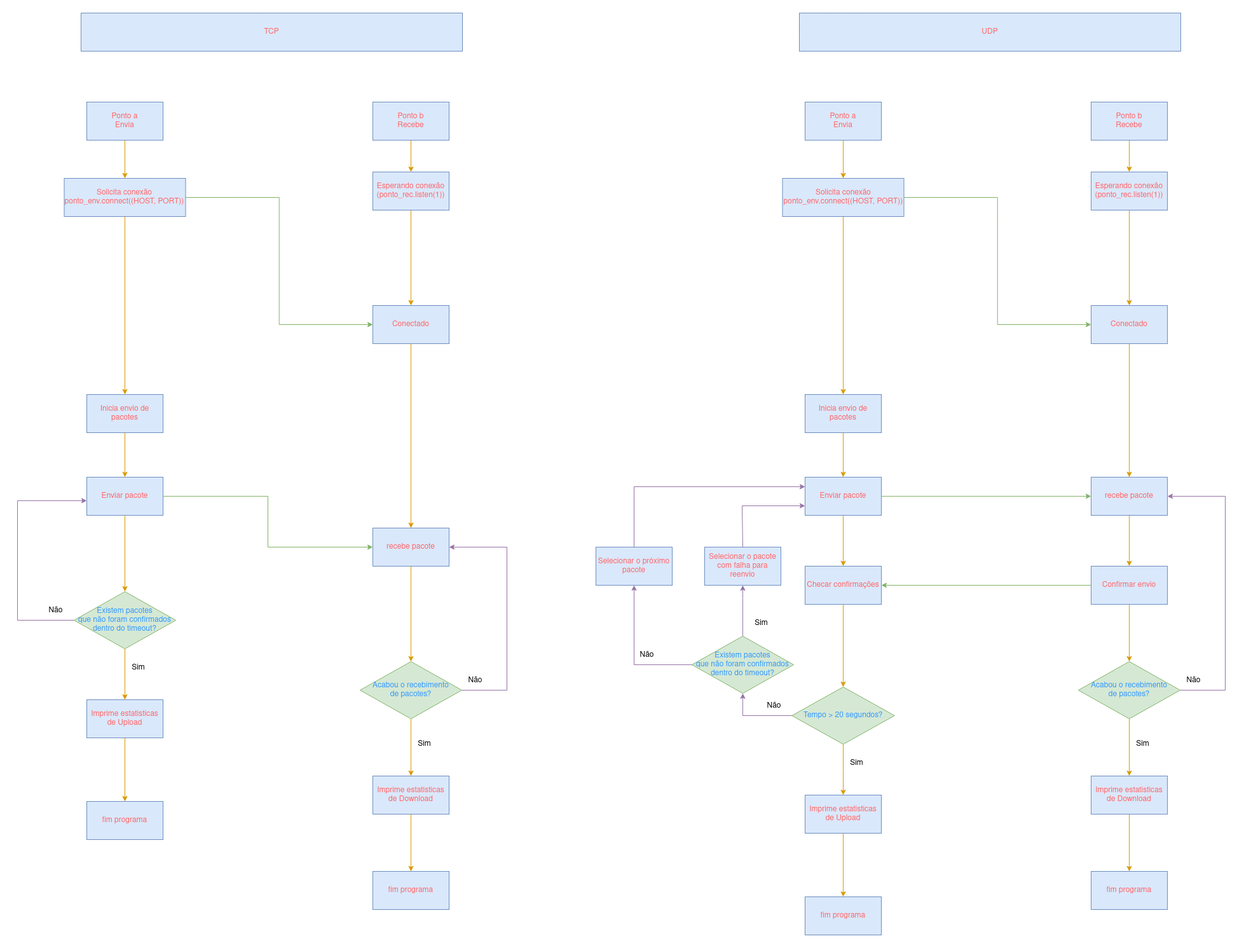
Above: docs/diagrama.png in wallacy-sebastian/teste-velocidade (draw.io), before the change. Source tidied: cells renumbered, new cells last; positions are measured from the earlier drawing's top-left corner, leaving out a move shared by most shapes.
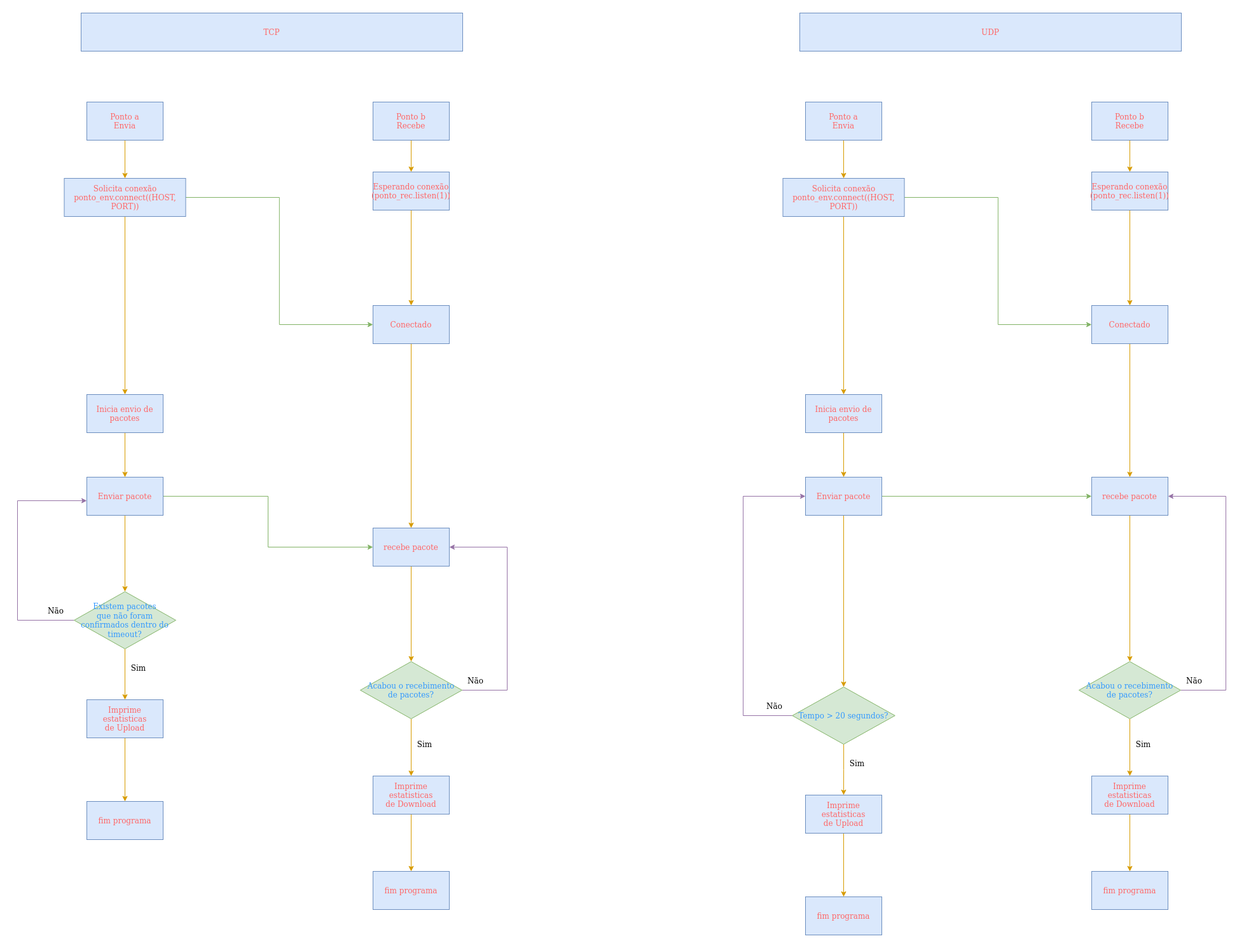
The same diagram one commit later.

Diff of the diagram source:
```diff
@@ -135,7 +135,7 @@
     <mxCell id="42" value="Conectado" style="rounded=0;whiteSpace=wrap;html=1;fillColor=#dae8fc;strokeColor=#6c8ebf;fontColor=#FF6666;" parent="1" vertex="1">
       <mxGeometry x="1689" y="460" width="120" height="60" as="geometry" />
     </mxCell>
-    <mxCell id="43" style="edgeStyle=orthogonalEdgeStyle;rounded=0;jettySize=auto;html=1;entryX=0.5;entryY=0;entryDx=0;entryDy=0;fillColor=#ffe6cc;strokeColor=#d79b00;" parent="1" edge="1" source="44" target="82">
+    <mxCell id="43" style="edgeStyle=orthogonalEdgeStyle;rounded=0;jettySize=auto;html=1;entryX=0.5;entryY=0;entryDx=0;entryDy=0;fillColor=#ffe6cc;strokeColor=#d79b00;" parent="1" edge="1" source="44" target="61">
       <mxGeometry relative="1" as="geometry" />
     </mxCell>
     <mxCell id="44" value="recebe pacote" style="rounded=0;whiteSpace=wrap;html=1;fillColor=#dae8fc;strokeColor=#6c8ebf;fontColor=#FF6666;" parent="1" vertex="1">
@@ -162,10 +162,11 @@
     <mxCell id="51" value="Inicia envio de pacotes" style="rounded=0;whiteSpace=wrap;html=1;fillColor=#dae8fc;strokeColor=#6c8ebf;fontColor=#FF6666;" parent="1" vertex="1">
       <mxGeometry x="1239" y="600" width="120" height="60" as="geometry" />
     </mxCell>
-    <mxCell id="52" style="edgeStyle=orthogonalEdgeStyle;rounded=0;jettySize=auto;html=1;entryX=0.5;entryY=1;entryDx=0;entryDy=0;exitX=0;exitY=0.5;exitDx=0;exitDy=0;fillColor=#e1d5e7;strokeColor=#9673a6;" parent="1" edge="1" source="54" target="72">
+    <mxCell id="52" style="edgeStyle=orthogonalEdgeStyle;rounded=0;jettySize=auto;html=1;entryX=0;entryY=0.5;entryDx=0;entryDy=0;exitX=0;exitY=0.5;exitDx=0;exitDy=0;fillColor=#e1d5e7;strokeColor=#9673a6;" parent="1" edge="1" source="54" target="57">
       <mxGeometry relative="1" as="geometry">
         <Array as="points">
           <mxPoint x="1141" y="1105" />
+          <mxPoint x="1141" y="760" />
         </Array>
       </mxGeometry>
     </mxCell>
@@ -175,7 +176,7 @@
     <mxCell id="54" value="Tempo &amp;gt; 20 segundos?" style="rhombus;whiteSpace=wrap;html=1;fillColor=#d5e8d4;strokeColor=#82b366;fontColor=#3399FF;" parent="1" vertex="1">
       <mxGeometry x="1218.2" y="1060" width="161.5" height="90" as="geometry" />
     </mxCell>
-    <mxCell id="55" style="edgeStyle=orthogonalEdgeStyle;rounded=0;jettySize=auto;html=1;entryX=0.5;entryY=0;entryDx=0;entryDy=0;fillColor=#ffe6cc;strokeColor=#d79b00;" parent="1" edge="1" source="57" target="84">
+    <mxCell id="55" style="edgeStyle=orthogonalEdgeStyle;rounded=0;jettySize=auto;html=1;entryX=0.5;entryY=0;entryDx=0;entryDy=0;fillColor=#ffe6cc;strokeColor=#d79b00;" parent="1" edge="1" source="57" target="54">
       <mxGeometry relative="1" as="geometry" />
     </mxCell>
     <mxCell id="56" style="edgeStyle=orthogonalEdgeStyle;rounded=0;jettySize=auto;html=1;entryX=0;entryY=0.5;entryDx=0;entryDy=0;fillColor=#d5e8d4;strokeColor=#82b366;" parent="1" edge="1" source="57" target="44">
@@ -231,65 +232,5 @@
     <mxCell id="71" value="UDP" style="rounded=0;whiteSpace=wrap;html=1;fillColor=#dae8fc;strokeColor=#6c8ebf;fontColor=#FF6666;" parent="1" vertex="1">
       <mxGeometry x="1230" width="600" height="60" as="geometry" />
     </mxCell>
-    <mxCell id="72" value="Existem pacotes&lt;br&gt;que não foram confirmados dentro do timeout?" style="rhombus;whiteSpace=wrap;html=1;fillColor=#d5e8d4;strokeColor=#82b366;fontColor=#3399FF;" parent="1" vertex="1">
-      <mxGeometry x="1061" y="980" width="160" height="90" as="geometry" />
-    </mxCell>
-    <mxCell id="73" style="edgeStyle=orthogonalEdgeStyle;rounded=0;jettySize=auto;html=1;exitX=0;exitY=0.5;exitDx=0;exitDy=0;fillColor=#e1d5e7;strokeColor=#9673a6;entryX=0.5;entryY=1;entryDx=0;entryDy=0;" parent="1" edge="1" source="72" target="75">
-      <mxGeometry relative="1" as="geometry">
-        <Array as="points">
-          <mxPoint x="970" y="1025" />
-        </Array>
-      </mxGeometry>
-    </mxCell>
-    <mxCell id="74" value="Não" style="text;html=1;align=center;verticalAlign=middle;strokeColor=none;fillColor=none;" parent="1" vertex="1">
-      <mxGeometry x="970" y="1000" width="40" height="20" as="geometry" />
-    </mxCell>
-    <mxCell id="75" value="Selecionar o próximo pacote" style="rounded=0;whiteSpace=wrap;html=1;fillColor=#dae8fc;strokeColor=#6c8ebf;fontColor=#FF6666;" parent="1" vertex="1">
-      <mxGeometry x="910" y="840" width="120" height="60" as="geometry" />
-    </mxCell>
-    <mxCell id="76" value="Selecionar o pacote com falha para reenvio" style="rounded=0;whiteSpace=wrap;html=1;fillColor=#dae8fc;strokeColor=#6c8ebf;fontColor=#FF6666;" parent="1" vertex="1">
-      <mxGeometry x="1081" y="840" width="120" height="60" as="geometry" />
-    </mxCell>
-    <mxCell id="77" style="edgeStyle=orthogonalEdgeStyle;rounded=0;jettySize=auto;html=1;exitX=0.5;exitY=0;exitDx=0;exitDy=0;fillColor=#e1d5e7;strokeColor=#9673a6;entryX=0.5;entryY=1;entryDx=0;entryDy=0;" parent="1" edge="1" source="72" target="76">
-      <mxGeometry relative="1" as="geometry">
-        <Array as="points">
-          <mxPoint x="1141" y="920" />
-          <mxPoint x="1141" y="920" />
-        </Array>
-      </mxGeometry>
-    </mxCell>
-    <mxCell id="78" style="edgeStyle=orthogonalEdgeStyle;rounded=0;jettySize=auto;html=1;exitX=0.5;exitY=0;exitDx=0;exitDy=0;fillColor=#e1d5e7;strokeColor=#9673a6;entryX=0;entryY=0.75;entryDx=0;entryDy=0;" parent="1" edge="1" source="76" target="57">
-      <mxGeometry relative="1" as="geometry">
-        <Array as="points">
-          <mxPoint x="1140" y="840" />
-          <mxPoint x="1140" y="775" />
-        </Array>
-      </mxGeometry>
-    </mxCell>
-    <mxCell id="79" style="edgeStyle=orthogonalEdgeStyle;rounded=0;jettySize=auto;html=1;exitX=0.5;exitY=0;exitDx=0;exitDy=0;fillColor=#e1d5e7;strokeColor=#9673a6;entryX=0;entryY=0.25;entryDx=0;entryDy=0;" parent="1" edge="1" source="75" target="57">
-      <mxGeometry relative="1" as="geometry">
-        <Array as="points">
-          <mxPoint x="970" y="745" />
-        </Array>
-      </mxGeometry>
-    </mxCell>
-    <mxCell id="80" value="Sim" style="text;html=1;align=center;verticalAlign=middle;strokeColor=none;fillColor=none;" parent="1" vertex="1">
-      <mxGeometry x="1150" y="950" width="40" height="20" as="geometry" />
-    </mxCell>
-    <mxCell id="81" style="edgeStyle=orthogonalEdgeStyle;rounded=0;jettySize=auto;html=1;entryX=1;entryY=0.5;entryDx=0;entryDy=0;fillColor=#d5e8d4;strokeColor=#82b366;exitX=0;exitY=0.5;exitDx=0;exitDy=0;" parent="1" edge="1" source="82" target="84">
-      <mxGeometry relative="1" as="geometry" />
-    </mxCell>
-    <mxCell id="82" value="Confirmar envio" style="rounded=0;whiteSpace=wrap;html=1;fillColor=#dae8fc;strokeColor=#6c8ebf;fontColor=#FF6666;" parent="1" vertex="1">
-      <mxGeometry x="1689" y="870" width="120" height="60" as="geometry" />
-    </mxCell>
-    <mxCell id="83" style="edgeStyle=orthogonalEdgeStyle;rounded=0;jettySize=auto;html=1;entryX=0.5;entryY=0;entryDx=0;entryDy=0;fillColor=#ffe6cc;strokeColor=#d79b00;exitX=0.5;exitY=1;exitDx=0;exitDy=0;" parent="1" edge="1" source="82" target="61">
-      <mxGeometry relative="1" as="geometry" />
-    </mxCell>
-    <mxCell id="84" value="Checar confirmações" style="rounded=0;whiteSpace=wrap;html=1;fillColor=#dae8fc;strokeColor=#6c8ebf;fontColor=#FF6666;" parent="1" vertex="1">
-      <mxGeometry x="1239" y="870" width="120" height="60" as="geometry" />
-    </mxCell>
-    <mxCell id="85" style="edgeStyle=orthogonalEdgeStyle;rounded=0;jettySize=auto;html=1;entryX=0.5;entryY=0;entryDx=0;entryDy=0;fillColor=#ffe6cc;strokeColor=#d79b00;exitX=0.5;exitY=1;exitDx=0;exitDy=0;" parent="1" edge="1" source="84" target="54">
-      <mxGeometry relative="1" as="geometry" />
-    </mxCell>
   </root>
 </mxGraphModel>
```
